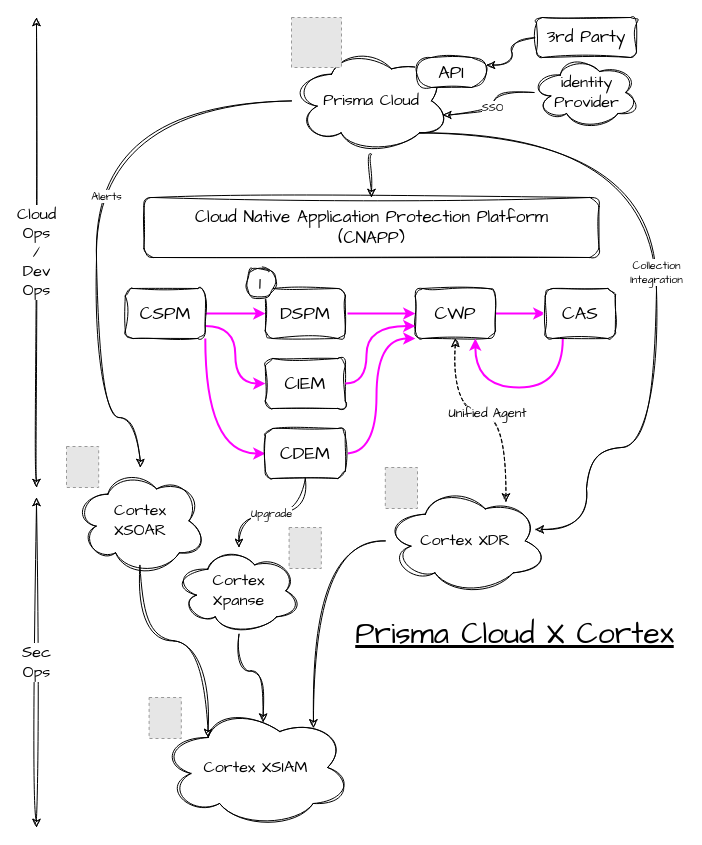
Above: page "Extendibility" (10 of 10) of Prisma Cloud - Features.drawio in billhoph/whiteboards (draw.io), before the change. Source tidied: cells renumbered, new cells numbered last; positions are measured from the earlier drawing's top-left corner, leaving out a move shared by most shapes. Both pictures are drawn from the tidied source at 100%, with x=0, y=0 at pixel (36, 17). Pictures stored in the file or linked from it are replaced by grey dashed boxes.
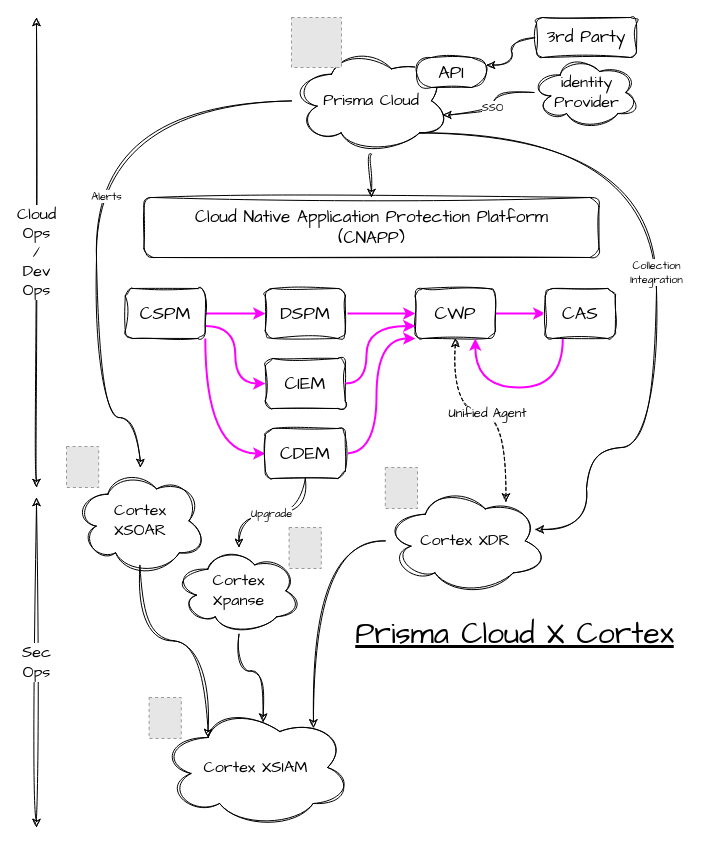
The same diagram, later.

Change to the diagram source:
```diff
@@
-    <mxCell id="26" value="1" style="ellipse;whiteSpace=wrap;html=1;sketch=1;hachureGap=4;jiggle=2;curveFitting=1;fontFamily=Architects Daughter;fontSize=18;fontColor=default;labelBackgroundColor=default;" parent="1" vertex="1">
-      <mxGeometry x="208.8" y="251" width="30" height="30" as="geometry" />
-    </mxCell>
```
